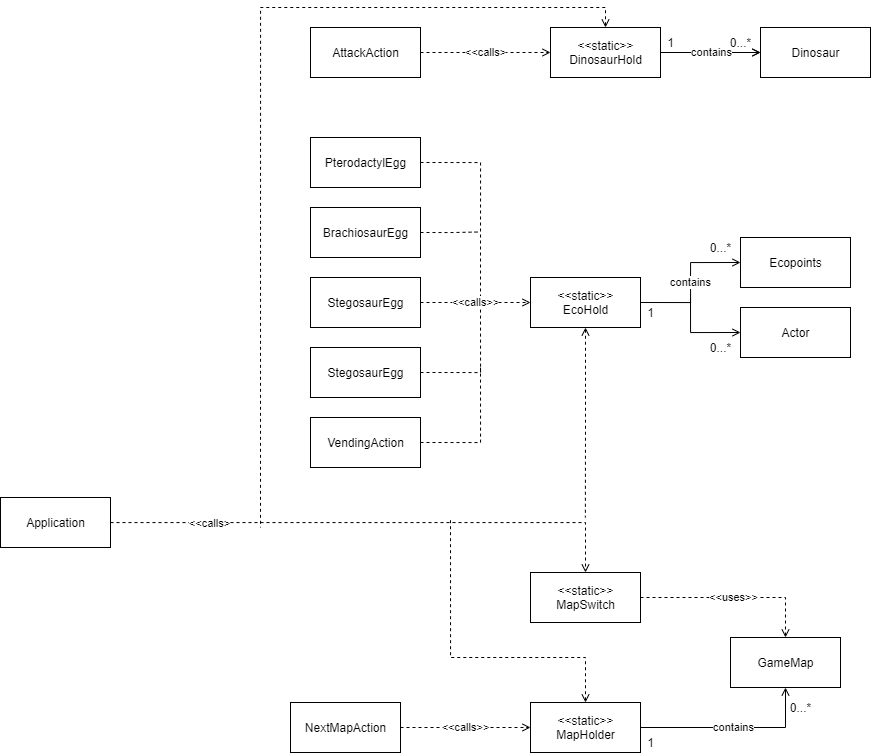
This is docs/FIT2099_UML_Application.png from Nochl/Jurrasic_Park_Sim, a draw.io export, as it was before one commit. Source tidied: cells renumbered, new cells last; positions are measured from the earlier drawing's top-left corner, leaving out a move shared by most shapes. Its diagram source:
```xml
<mxGraphModel>
  <root>
    <mxCell id="0" />
    <mxCell id="1" parent="0" />
    <mxCell id="2" style="edgeStyle=orthogonalEdgeStyle;rounded=0;jettySize=auto;html=1;entryX=0.5;entryY=0;entryDx=0;entryDy=0;dashed=1;startArrow=none;startFill=0;endArrow=open;endFill=0;" parent="1" edge="1" source="4" target="16">
      <mxGeometry relative="1" as="geometry" />
    </mxCell>
    <mxCell id="3" value="&amp;lt;&amp;lt;calls&amp;gt;" style="edgeLabel;html=1;align=center;verticalAlign=middle;" parent="2" vertex="1">
      <mxGeometry x="-0.62" relative="1" as="geometry" />
    </mxCell>
    <mxCell id="4" value="Application" style="html=1;" parent="1" vertex="1">
      <mxGeometry y="490" width="110" height="50" as="geometry" />
    </mxCell>
    <mxCell id="5" style="edgeStyle=orthogonalEdgeStyle;rounded=0;jettySize=auto;html=1;exitX=1;exitY=0.5;exitDx=0;exitDy=0;entryX=0;entryY=0.5;entryDx=0;entryDy=0;startArrow=none;startFill=0;endArrow=open;endFill=0;" parent="1" edge="1" source="8" target="19">
      <mxGeometry relative="1" as="geometry" />
    </mxCell>
    <mxCell id="6" value="contains" style="edgeStyle=orthogonalEdgeStyle;rounded=0;jettySize=auto;html=1;startArrow=none;startFill=0;endArrow=open;endFill=0;" parent="1" edge="1" source="8" target="19">
      <mxGeometry relative="1" as="geometry" />
    </mxCell>
    <mxCell id="7" style="edgeStyle=orthogonalEdgeStyle;rounded=0;jettySize=auto;html=1;exitX=0.5;exitY=0;exitDx=0;exitDy=0;dashed=1;startArrow=open;startFill=0;endArrow=none;endFill=0;" parent="1" edge="1" source="8">
      <mxGeometry relative="1" as="geometry">
        <mxPoint x="260" y="520" as="targetPoint" />
        <Array as="points">
          <mxPoint x="605" />
          <mxPoint x="260" />
        </Array>
      </mxGeometry>
    </mxCell>
    <mxCell id="8" value="&amp;lt;&amp;lt;static&amp;gt;&amp;gt;&lt;br&gt;DinosaurHold" style="html=1;" parent="1" vertex="1">
      <mxGeometry x="550" y="20" width="110" height="50" as="geometry" />
    </mxCell>
    <mxCell id="9" value="contains" style="edgeStyle=orthogonalEdgeStyle;rounded=0;jettySize=auto;html=1;entryX=0.5;entryY=1;entryDx=0;entryDy=0;startArrow=none;startFill=0;endArrow=open;endFill=0;" parent="1" edge="1" source="11" target="17">
      <mxGeometry relative="1" as="geometry" />
    </mxCell>
    <mxCell id="10" style="edgeStyle=orthogonalEdgeStyle;rounded=0;jettySize=auto;html=1;exitX=0.5;exitY=0;exitDx=0;exitDy=0;dashed=1;startArrow=open;startFill=0;endArrow=none;endFill=0;" parent="1" edge="1" source="11">
      <mxGeometry relative="1" as="geometry">
        <mxPoint x="450" y="510" as="targetPoint" />
        <Array as="points">
          <mxPoint x="585" y="650" />
          <mxPoint x="450" y="650" />
        </Array>
      </mxGeometry>
    </mxCell>
    <mxCell id="11" value="&amp;lt;&amp;lt;static&amp;gt;&amp;gt;&lt;br&gt;MapHolder" style="html=1;" parent="1" vertex="1">
      <mxGeometry x="530" y="695" width="110" height="50" as="geometry" />
    </mxCell>
    <mxCell id="12" value="contains" style="edgeStyle=orthogonalEdgeStyle;rounded=0;jettySize=auto;html=1;exitX=1;exitY=0.5;exitDx=0;exitDy=0;entryX=0;entryY=0.5;entryDx=0;entryDy=0;endArrow=open;endFill=0;" parent="1" edge="1" source="14" target="18">
      <mxGeometry relative="1" as="geometry" />
    </mxCell>
    <mxCell id="13" style="edgeStyle=orthogonalEdgeStyle;rounded=0;jettySize=auto;html=1;exitX=0.5;exitY=1;exitDx=0;exitDy=0;dashed=1;startArrow=open;startFill=0;endArrow=none;endFill=0;" parent="1" edge="1" source="14">
      <mxGeometry relative="1" as="geometry">
        <mxPoint x="584.9" y="510" as="targetPoint" />
      </mxGeometry>
    </mxCell>
    <mxCell id="14" value="&amp;lt;&amp;lt;static&amp;gt;&amp;gt;&lt;br&gt;EcoHold" style="html=1;" parent="1" vertex="1">
      <mxGeometry x="530" y="270" width="110" height="50" as="geometry" />
    </mxCell>
    <mxCell id="15" value="&amp;lt;&amp;lt;uses&amp;gt;&amp;gt;" style="edgeStyle=orthogonalEdgeStyle;rounded=0;jettySize=auto;html=1;exitX=1;exitY=0.5;exitDx=0;exitDy=0;dashed=1;endArrow=open;endFill=0;" parent="1" edge="1" source="16" target="17">
      <mxGeometry relative="1" as="geometry" />
    </mxCell>
    <mxCell id="16" value="&amp;lt;&amp;lt;static&amp;gt;&amp;gt;&lt;br&gt;MapSwitch" style="html=1;" parent="1" vertex="1">
      <mxGeometry x="530" y="565" width="110" height="50" as="geometry" />
    </mxCell>
    <mxCell id="17" value="GameMap" style="html=1;" parent="1" vertex="1">
      <mxGeometry x="730" y="630" width="110" height="50" as="geometry" />
    </mxCell>
    <mxCell id="18" value="Ecopoints" style="html=1;" parent="1" vertex="1">
      <mxGeometry x="740" y="230" width="110" height="50" as="geometry" />
    </mxCell>
    <mxCell id="19" value="Dinosaur" style="html=1;" parent="1" vertex="1">
      <mxGeometry x="760" y="20" width="110" height="50" as="geometry" />
    </mxCell>
    <mxCell id="20" style="edgeStyle=orthogonalEdgeStyle;rounded=0;jettySize=auto;html=1;exitX=0;exitY=0.5;exitDx=0;exitDy=0;endArrow=none;endFill=0;startArrow=open;startFill=0;" parent="1" edge="1" source="21">
      <mxGeometry relative="1" as="geometry">
        <mxPoint x="690" y="290" as="targetPoint" />
      </mxGeometry>
    </mxCell>
    <mxCell id="21" value="Actor" style="html=1;" parent="1" vertex="1">
      <mxGeometry x="740" y="300" width="110" height="50" as="geometry" />
    </mxCell>
    <mxCell id="22" value="0...*" style="text;html=1;align=center;verticalAlign=middle;strokeColor=none;" parent="1" vertex="1">
      <mxGeometry x="780" y="690" width="40" height="20" as="geometry" />
    </mxCell>
    <mxCell id="23" value="1" style="text;html=1;align=center;verticalAlign=middle;strokeColor=none;" parent="1" vertex="1">
      <mxGeometry x="640" y="725" width="20" height="20" as="geometry" />
    </mxCell>
    <mxCell id="24" value="1" style="text;html=1;align=center;verticalAlign=middle;strokeColor=none;" parent="1" vertex="1">
      <mxGeometry x="640" y="295" width="20" height="20" as="geometry" />
    </mxCell>
    <mxCell id="25" value="0...*" style="text;html=1;align=center;verticalAlign=middle;strokeColor=none;" parent="1" vertex="1">
      <mxGeometry x="700" y="330" width="40" height="20" as="geometry" />
    </mxCell>
    <mxCell id="26" value="0...*" style="text;html=1;align=center;verticalAlign=middle;strokeColor=none;" parent="1" vertex="1">
      <mxGeometry x="700" y="230" width="40" height="20" as="geometry" />
    </mxCell>
    <mxCell id="27" value="1" style="text;html=1;align=center;verticalAlign=middle;strokeColor=none;" parent="1" vertex="1">
      <mxGeometry x="660" y="25" width="20" height="20" as="geometry" />
    </mxCell>
    <mxCell id="28" value="0...*" style="text;html=1;align=center;verticalAlign=middle;strokeColor=none;" parent="1" vertex="1">
      <mxGeometry x="720" y="25" width="40" height="20" as="geometry" />
    </mxCell>
    <mxCell id="29" value="&amp;lt;&amp;lt;calls&amp;gt;" style="edgeStyle=orthogonalEdgeStyle;rounded=0;jettySize=auto;html=1;exitX=1;exitY=0.5;exitDx=0;exitDy=0;entryX=0;entryY=0.5;entryDx=0;entryDy=0;startArrow=none;startFill=0;endArrow=open;endFill=0;dashed=1;" parent="1" edge="1" source="30" target="8">
      <mxGeometry relative="1" as="geometry" />
    </mxCell>
    <mxCell id="30" value="AttackAction" style="html=1;" parent="1" vertex="1">
      <mxGeometry x="310" y="20" width="110" height="50" as="geometry" />
    </mxCell>
    <mxCell id="31" style="edgeStyle=orthogonalEdgeStyle;rounded=0;jettySize=auto;html=1;exitX=1;exitY=0.5;exitDx=0;exitDy=0;dashed=1;startArrow=none;startFill=0;endArrow=none;endFill=0;" parent="1" edge="1" source="32">
      <mxGeometry relative="1" as="geometry">
        <mxPoint x="480" y="300" as="targetPoint" />
      </mxGeometry>
    </mxCell>
    <mxCell id="32" value="PterodactylEgg" style="html=1;" parent="1" vertex="1">
      <mxGeometry x="310" y="130" width="110" height="50" as="geometry" />
    </mxCell>
    <mxCell id="33" style="edgeStyle=orthogonalEdgeStyle;rounded=0;jettySize=auto;html=1;exitX=1;exitY=0.5;exitDx=0;exitDy=0;dashed=1;startArrow=none;startFill=0;endArrow=none;endFill=0;" parent="1" edge="1" source="34">
      <mxGeometry relative="1" as="geometry">
        <mxPoint x="480" y="224.5" as="targetPoint" />
      </mxGeometry>
    </mxCell>
    <mxCell id="34" value="BrachiosaurEgg" style="html=1;" parent="1" vertex="1">
      <mxGeometry x="310" y="200" width="110" height="50" as="geometry" />
    </mxCell>
    <mxCell id="35" value="&amp;lt;&amp;lt;calls&amp;gt;&amp;gt;" style="edgeStyle=orthogonalEdgeStyle;rounded=0;jettySize=auto;html=1;exitX=1;exitY=0.5;exitDx=0;exitDy=0;entryX=0;entryY=0.5;entryDx=0;entryDy=0;dashed=1;startArrow=none;startFill=0;endArrow=open;endFill=0;" parent="1" edge="1" source="36" target="14">
      <mxGeometry relative="1" as="geometry" />
    </mxCell>
    <mxCell id="36" value="StegosaurEgg" style="html=1;" parent="1" vertex="1">
      <mxGeometry x="310" y="270" width="110" height="50" as="geometry" />
    </mxCell>
    <mxCell id="37" style="edgeStyle=orthogonalEdgeStyle;rounded=0;jettySize=auto;html=1;exitX=1;exitY=0.5;exitDx=0;exitDy=0;dashed=1;startArrow=none;startFill=0;endArrow=none;endFill=0;" parent="1" edge="1" source="38">
      <mxGeometry relative="1" as="geometry">
        <mxPoint x="480" y="300" as="targetPoint" />
      </mxGeometry>
    </mxCell>
    <mxCell id="38" value="StegosaurEgg" style="html=1;" parent="1" vertex="1">
      <mxGeometry x="310" y="340" width="110" height="50" as="geometry" />
    </mxCell>
    <mxCell id="39" style="edgeStyle=orthogonalEdgeStyle;rounded=0;jettySize=auto;html=1;exitX=1;exitY=0.5;exitDx=0;exitDy=0;dashed=1;startArrow=none;startFill=0;endArrow=none;endFill=0;" parent="1" edge="1" source="40">
      <mxGeometry relative="1" as="geometry">
        <mxPoint x="480" y="360" as="targetPoint" />
      </mxGeometry>
    </mxCell>
    <mxCell id="40" value="VendingAction" style="html=1;" parent="1" vertex="1">
      <mxGeometry x="310" y="410" width="110" height="50" as="geometry" />
    </mxCell>
    <mxCell id="41" value="&amp;lt;&amp;lt;calls&amp;gt;&amp;gt;" style="edgeStyle=orthogonalEdgeStyle;rounded=0;jettySize=auto;html=1;exitX=1;exitY=0.5;exitDx=0;exitDy=0;dashed=1;startArrow=none;startFill=0;endArrow=open;endFill=0;" parent="1" edge="1" source="42" target="11">
      <mxGeometry relative="1" as="geometry" />
    </mxCell>
    <mxCell id="42" value="NextMapAction" style="html=1;" parent="1" vertex="1">
      <mxGeometry x="290" y="695" width="110" height="50" as="geometry" />
    </mxCell>
  </root>
</mxGraphModel>
```
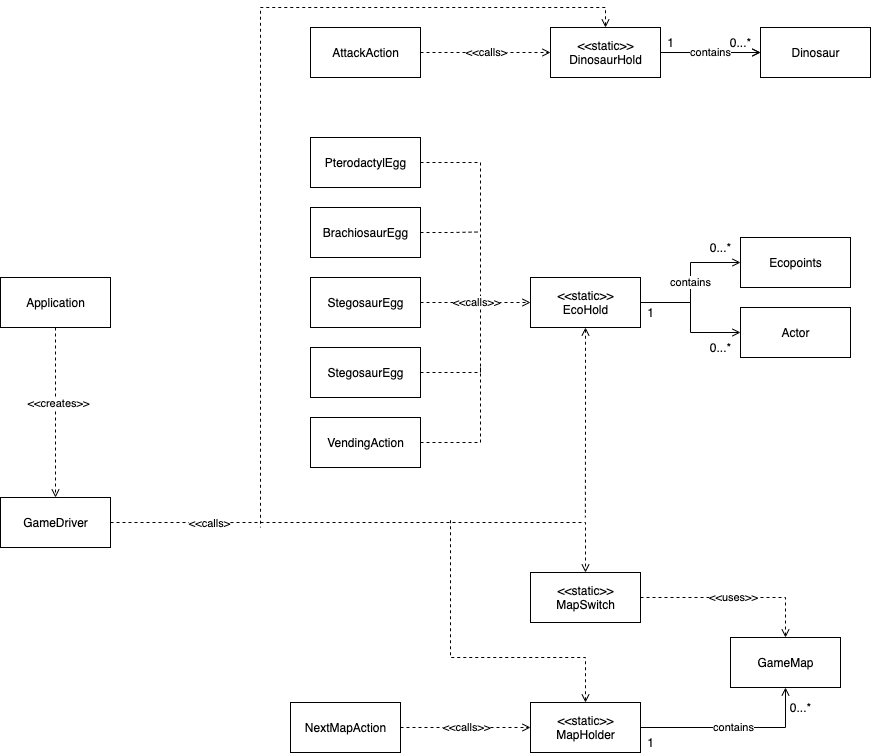
Above is the later version.

Commit message:
Added GameDriver class to Application UML

What changed in the source:
```diff
@@ -8,7 +8,7 @@
     <mxCell id="3" value="&amp;lt;&amp;lt;calls&amp;gt;" style="edgeLabel;html=1;align=center;verticalAlign=middle;" parent="2" vertex="1">
       <mxGeometry x="-0.62" relative="1" as="geometry" />
     </mxCell>
-    <mxCell id="4" value="Application" style="html=1;" parent="1" vertex="1">
+    <mxCell id="4" value="GameDriver" style="html=1;" parent="1" vertex="1">
       <mxGeometry y="490" width="110" height="50" as="geometry" />
     </mxCell>
     <mxCell id="5" style="edgeStyle=orthogonalEdgeStyle;rounded=0;jettySize=auto;html=1;exitX=1;exitY=0.5;exitDx=0;exitDy=0;entryX=0;entryY=0.5;entryDx=0;entryDy=0;startArrow=none;startFill=0;endArrow=open;endFill=0;" parent="1" edge="1" source="8" target="19">
@@ -149,5 +149,14 @@
     <mxCell id="42" value="NextMapAction" style="html=1;" parent="1" vertex="1">
       <mxGeometry x="290" y="695" width="110" height="50" as="geometry" />
     </mxCell>
+    <mxCell id="43" style="edgeStyle=orthogonalEdgeStyle;rounded=0;jettySize=auto;html=1;entryX=0.5;entryY=0;entryDx=0;entryDy=0;dashed=1;endArrow=open;endFill=0;" parent="1" edge="1" source="45" target="4">
+      <mxGeometry relative="1" as="geometry" />
+    </mxCell>
+    <mxCell id="44" value="&amp;lt;&amp;lt;creates&amp;gt;&amp;gt;" style="edgeLabel;html=1;align=center;verticalAlign=middle;" parent="43" vertex="1">
+      <mxGeometry x="-0.12" y="2" relative="1" as="geometry" />
+    </mxCell>
+    <mxCell id="45" value="Application" style="html=1;" parent="1" vertex="1">
+      <mxGeometry y="270" width="110" height="50" as="geometry" />
+    </mxCell>
   </root>
 </mxGraphModel>
```
